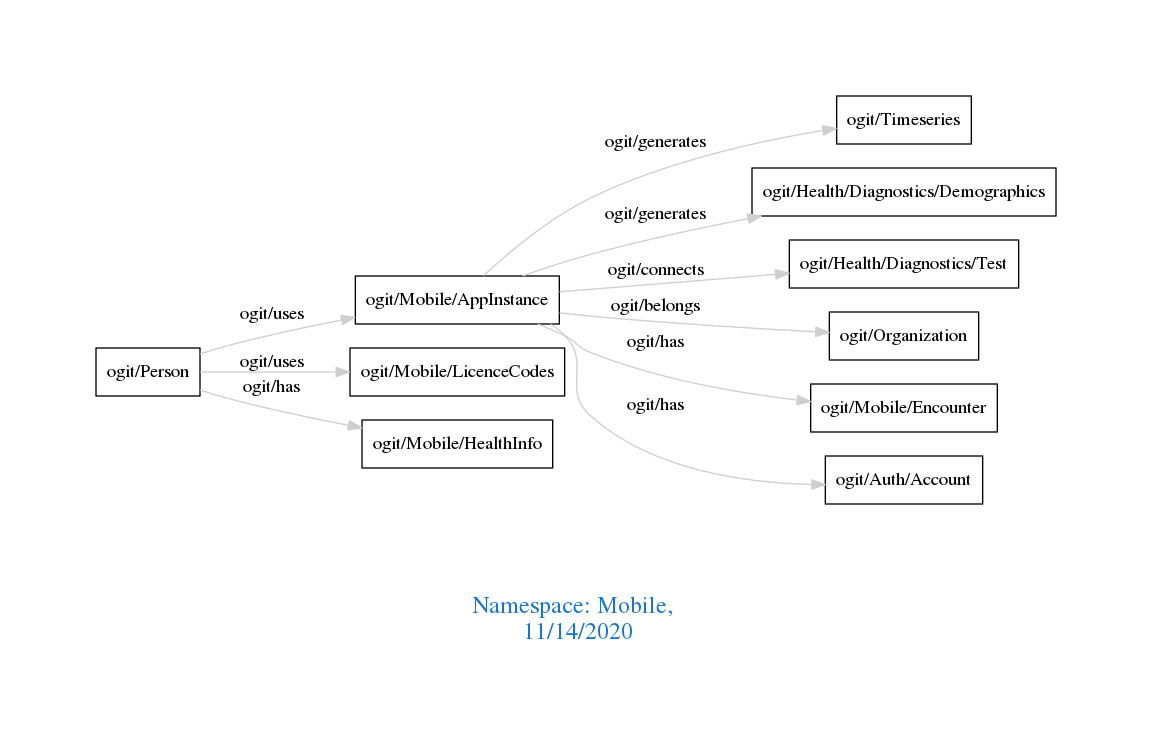
The Graphviz diagram downloads/Mobile.png in arago/OGIT, before a commit. Its source is kept beside it as downloads/Mobile.dot. The source it was exported from:
```dot
digraph OGIT_ontology {
 graph [ rankdir= LR,pad=1
fontsize = 18,
fontcolor= dodgerblue3,label = "\n\n\nNamespace: Mobile, \n 11/14/2020"];
node[shape=polygon];
edge [  color="gray81"];

   "ogit/Mobile/AppInstance" -> "ogit/Timeseries" [label="   ogit/generates    "];
   "ogit/Mobile/AppInstance" -> "ogit/Health/Diagnostics/Demographics" [label="   ogit/generates    "];
   "ogit/Mobile/AppInstance" -> "ogit/Health/Diagnostics/Test" [label="   ogit/connects    "];
   "ogit/Mobile/AppInstance" -> "ogit/Organization" [label="   ogit/belongs    "];
   "ogit/Person" -> "ogit/Mobile/AppInstance" [label="   ogit/uses    "];
   "ogit/Person" -> "ogit/Mobile/LicenceCodes" [label="   ogit/uses    "];
   "ogit/Mobile/AppInstance" -> "ogit/Mobile/Encounter" [label="   ogit/has    "];
   "ogit/Mobile/AppInstance" -> "ogit/Auth/Account" [label="   ogit/has    "];
   "ogit/Person" -> "ogit/Mobile/HealthInfo" [label="   ogit/has    "];
}
```
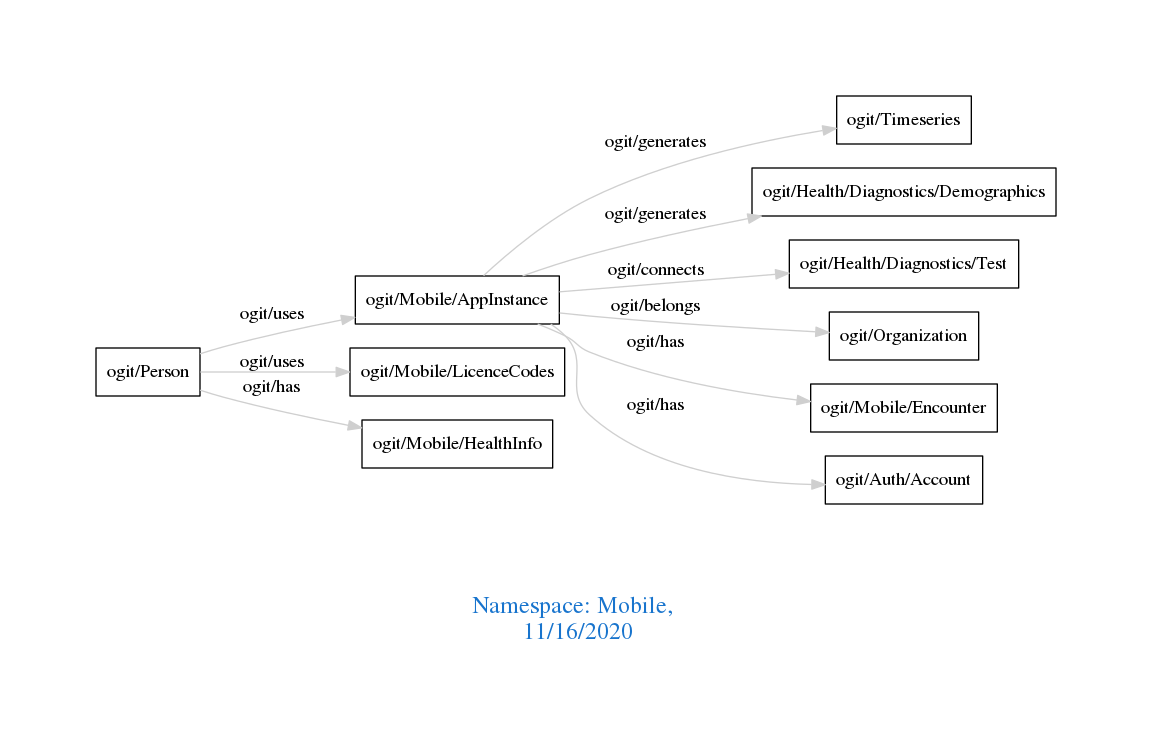
Above is the later version.

Diff of the diagram source:
```diff
@@ -1,7 +1,7 @@
 digraph OGIT_ontology {
  graph [ rankdir= LR,pad=1
 fontsize = 18,
-fontcolor= dodgerblue3,label = "\n\n\nNamespace: Mobile, \n 11/14/2020"];
+fontcolor= dodgerblue3,label = "\n\n\nNamespace: Mobile, \n 11/16/2020"];
 node[shape=polygon];
 edge [  color="gray81"];
 
```
